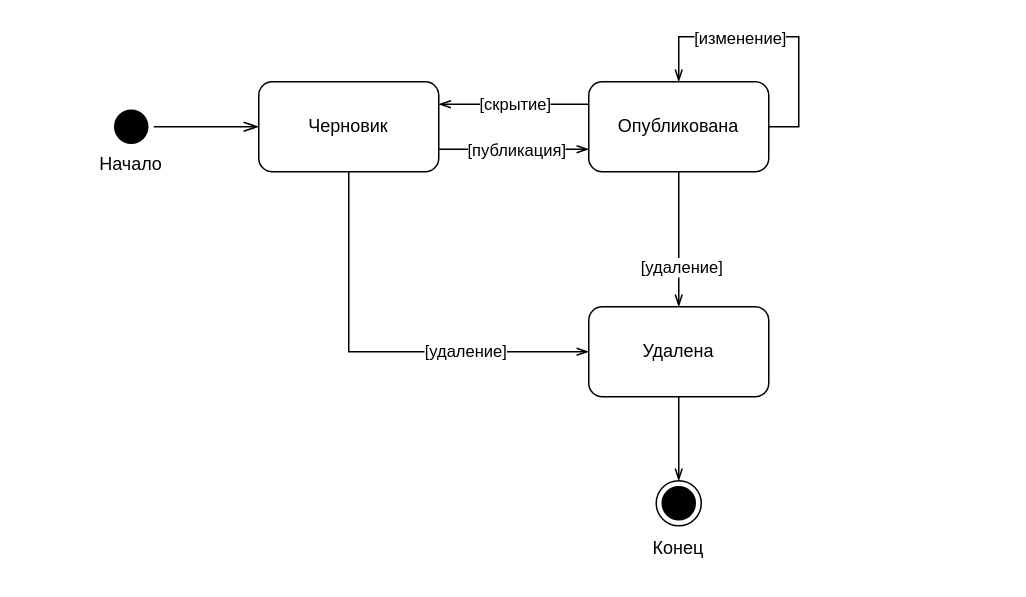
The draw.io diagram page "StateMachine" (7 of 7) of lab3/Diagrams.drawio in Silvarious9862/jcrpo, before the edit. Source tidied: cells renumbered, new cells numbered last; positions are measured from the earlier drawing's top-left corner, leaving out a move shared by most shapes. Both pictures are drawn from the tidied source at 150%, with x=0, y=0 at pixel (86, 36).
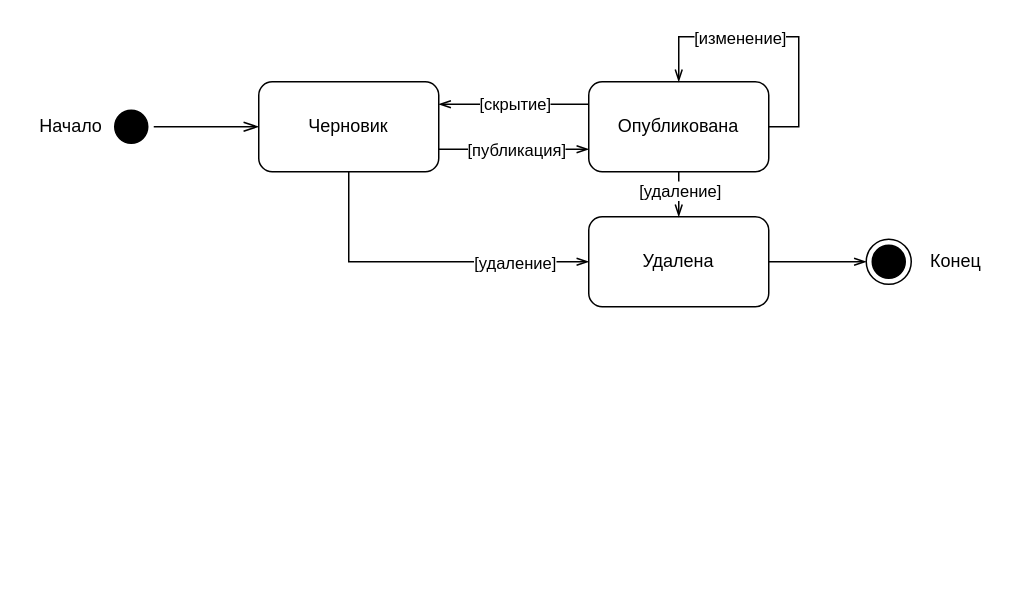
After the change.

The change refers to these unchanged cells:
```xml
<mxCell id="4" style="edgeStyle=orthogonalEdgeStyle;rounded=0;jettySize=auto;html=1;exitX=0.5;exitY=1;exitDx=0;exitDy=0;entryX=0;entryY=0.5;entryDx=0;entryDy=0;endArrow=openThin;endFill=0;" parent="1" edge="1" source="6" target="11">
  <mxGeometry relative="1" as="geometry" />
</mxCell>
<mxCell id="20" style="edgeStyle=orthogonalEdgeStyle;rounded=0;jettySize=auto;html=1;exitX=0.5;exitY=1;exitDx=0;exitDy=0;entryX=0.5;entryY=0;entryDx=0;entryDy=0;endArrow=openThin;endFill=0;" parent="1" edge="1" source="9" target="11">
  <mxGeometry relative="1" as="geometry" />
</mxCell>
```

Change to the diagram source:
```diff
@@
     <mxCell id="5" value="[удаление]" style="edgeLabel;html=1;align=center;verticalAlign=middle;" parent="4" vertex="1">
-      <mxGeometry x="0.41" y="1" relative="1" as="geometry" />
+      <mxGeometry x="0.41" y="1" relative="1" as="geometry">
+        <mxPoint x="15" y="1" as="offset" />
+      </mxGeometry>
     </mxCell>
@@
     <mxCell id="11" value="Удалена" style="rounded=1;whiteSpace=wrap;html=1;" parent="1" vertex="1">
-      <mxGeometry x="335" y="180" width="120" height="60" as="geometry" />
+      <mxGeometry x="335" y="120" width="120" height="60" as="geometry" />
     </mxCell>
     <mxCell id="12" value="Начало" style="text;html=1;whiteSpace=wrap;strokeColor=none;fillColor=none;align=center;verticalAlign=middle;rounded=0;" parent="1" vertex="1">
-      <mxGeometry y="70" width="60" height="30" as="geometry" />
+      <mxGeometry x="-40" y="45" width="60" height="30" as="geometry" />
     </mxCell>
-    <mxCell id="13" style="group;" parent="1" vertex="1">
-      <mxGeometry x="365" y="296" width="60" height="60" as="geometry" />
-    </mxCell>
-    <mxCell id="14" style="ellipse;html=1;shape=endState;fillColor=#000000;strokeColor=#000000;" parent="13" vertex="1">
-      <mxGeometry x="15" width="30" height="30" as="geometry" />
-    </mxCell>
-    <mxCell id="15" value="Конец" style="text;html=1;whiteSpace=wrap;strokeColor=none;fillColor=none;align=center;verticalAlign=middle;rounded=0;" parent="13" vertex="1">
-      <mxGeometry y="30" width="60" height="30" as="geometry" />
-    </mxCell>
@@
     <mxCell id="21" value="[удаление]" style="edgeLabel;html=1;align=center;verticalAlign=middle;" parent="20" vertex="1">
-      <mxGeometry x="0.41" y="1" relative="1" as="geometry" />
+      <mxGeometry x="0.41" y="1" relative="1" as="geometry">
+        <mxPoint x="-1" y="-9" as="offset" />
+      </mxGeometry>
     </mxCell>
+    <mxCell id="15" value="Конец" style="text;html=1;whiteSpace=wrap;strokeColor=none;fillColor=none;align=center;verticalAlign=middle;rounded=0;" parent="1" vertex="1">
+      <mxGeometry x="550" y="135" width="60" height="30" as="geometry" />
+    </mxCell>
+    <mxCell id="14" style="ellipse;html=1;shape=endState;fillColor=#000000;strokeColor=#000000;" parent="1" vertex="1">
+      <mxGeometry x="520" y="135" width="30" height="30" as="geometry" />
+    </mxCell>
```
